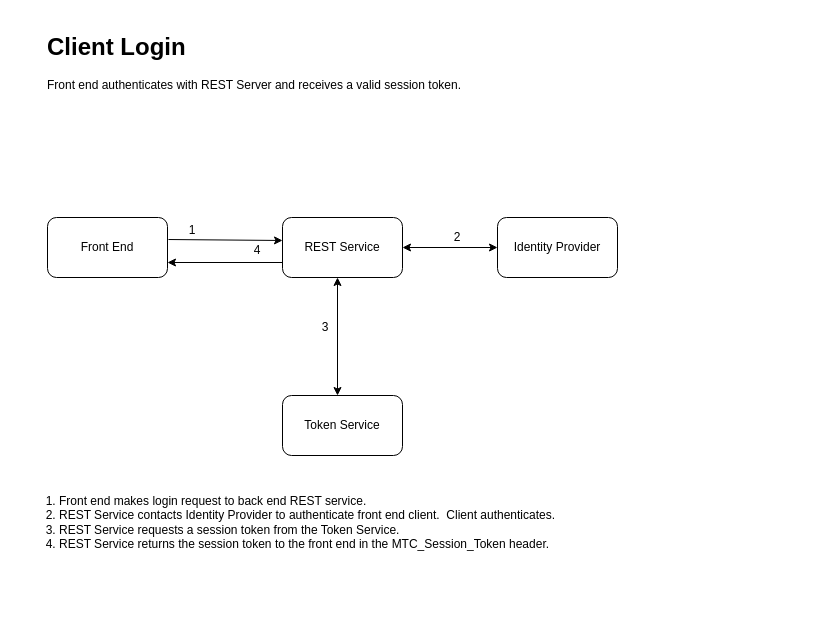
The draw.io diagram page "Page-2" (2 of 7) of SessionTokenFlow.drawio in bbarrington42/token-service-flows, before the edit. Source tidied: cells renumbered, new cells numbered last; positions are measured from the earlier drawing's top-left corner, leaving out a move shared by most shapes. Both pictures are drawn from the tidied source at 100%, with x=0, y=0 at pixel (17, 27).
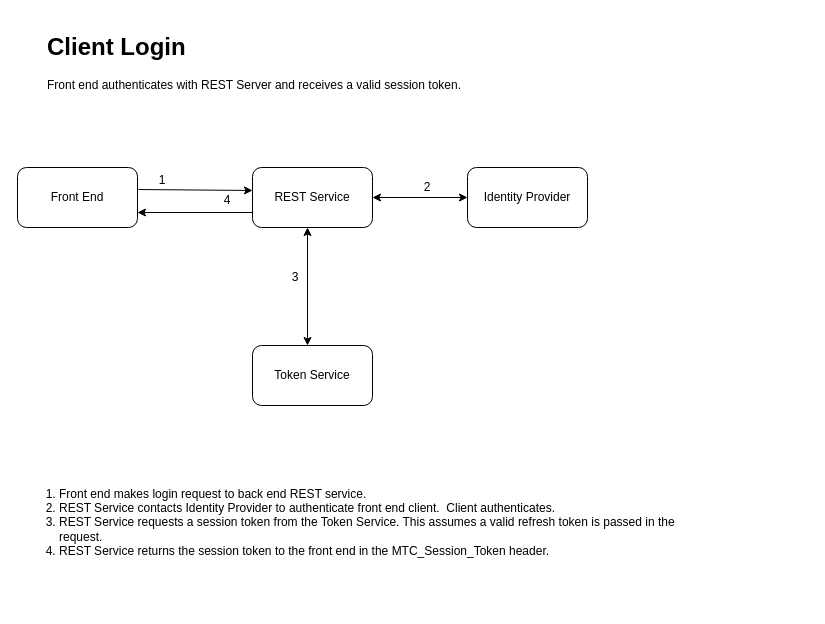
The same diagram, later.

Change to the diagram source:
```diff
@@
-    <mxCell id="2" value="&lt;ol&gt;&lt;li&gt;Front end makes login request to back end REST service.&lt;/li&gt;&lt;li&gt;REST Service contacts Identity Provider to authenticate front end client.&amp;nbsp; Client authenticates.&lt;/li&gt;&lt;li&gt;REST Service requests a session token from the Token Service.&lt;/li&gt;&lt;li&gt;REST Service returns the session token to the front end in the MTC_Session_Token header.&amp;nbsp;&lt;/li&gt;&lt;/ol&gt;" style="text;strokeColor=none;fillColor=none;html=1;whiteSpace=wrap;verticalAlign=middle;overflow=hidden;" parent="1" vertex="1">
+    <mxCell id="2" value="&lt;ol&gt;&lt;li&gt;Front end makes login request to back end REST service.&lt;/li&gt;&lt;li&gt;REST Service contacts Identity Provider to authenticate front end client.&amp;nbsp; Client authenticates.&lt;/li&gt;&lt;li&gt;REST Service requests a session token from the Token Service. This assumes a valid refresh token is passed in the request.&lt;/li&gt;&lt;li&gt;REST Service returns the session token to the front end in the MTC_Session_Token header.&amp;nbsp;&lt;/li&gt;&lt;/ol&gt;" style="text;strokeColor=none;fillColor=none;html=1;whiteSpace=wrap;verticalAlign=middle;overflow=hidden;" parent="1" vertex="1">
       <mxGeometry y="410" width="660" height="170" as="geometry" />
     </mxCell>
     <mxCell id="3" style="group;" parent="1" vertex="1">
-      <mxGeometry x="30" y="190" width="570" height="238" as="geometry" />
+      <mxGeometry y="140" width="570" height="238" as="geometry" />
     </mxCell>
```
